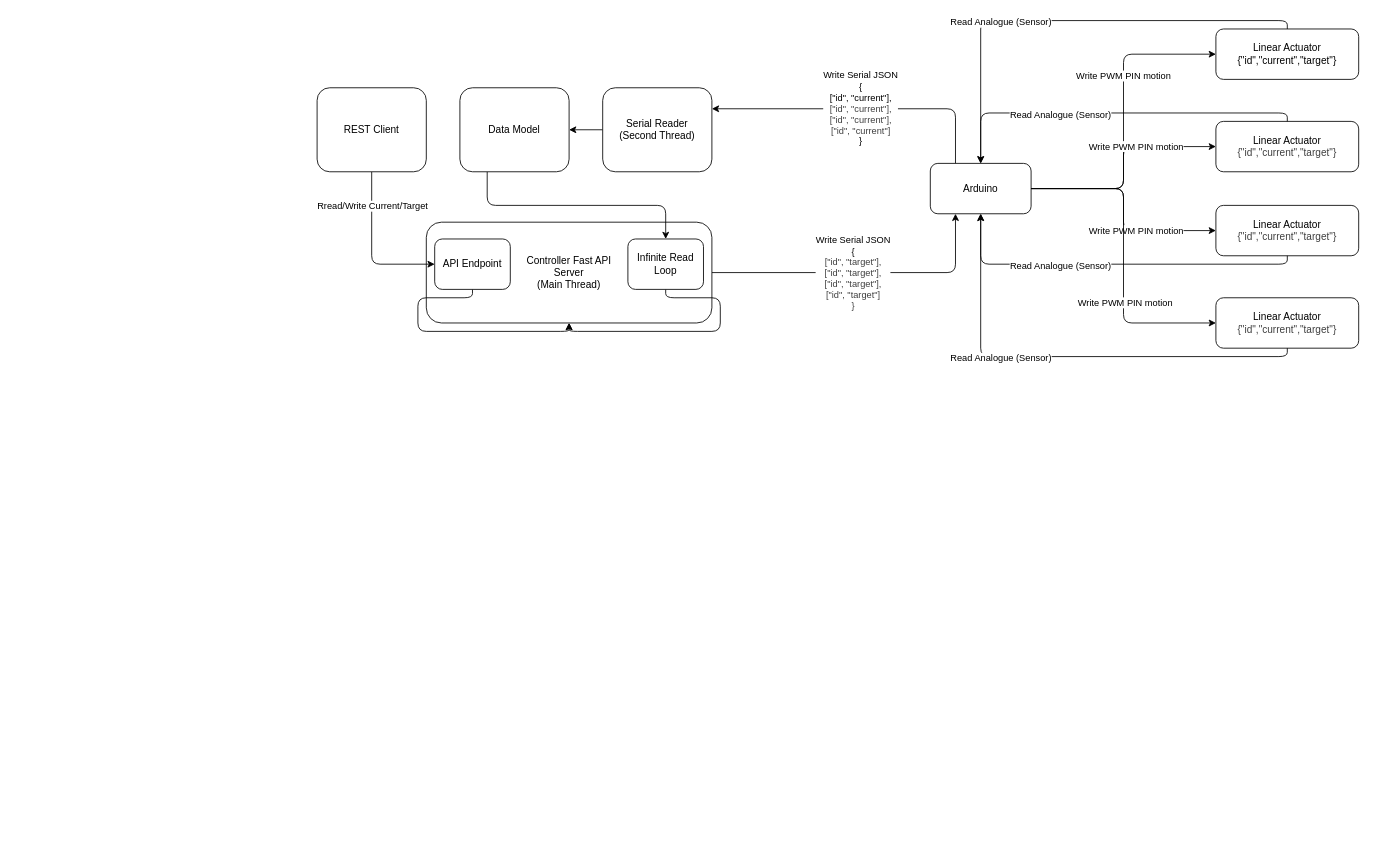
This is linear_actuator/documents/data_flow_diagram.drawio from Arastookhajehee/linear_actuator_dev, a draw.io file, before an edit. Source tidied: cells renumbered, new cells numbered last; positions are measured from the earlier drawing's top-left corner, leaving out a move shared by most shapes. Both pictures are drawn from the tidied source at 84%, with x=0, y=0 at pixel (317, 29).
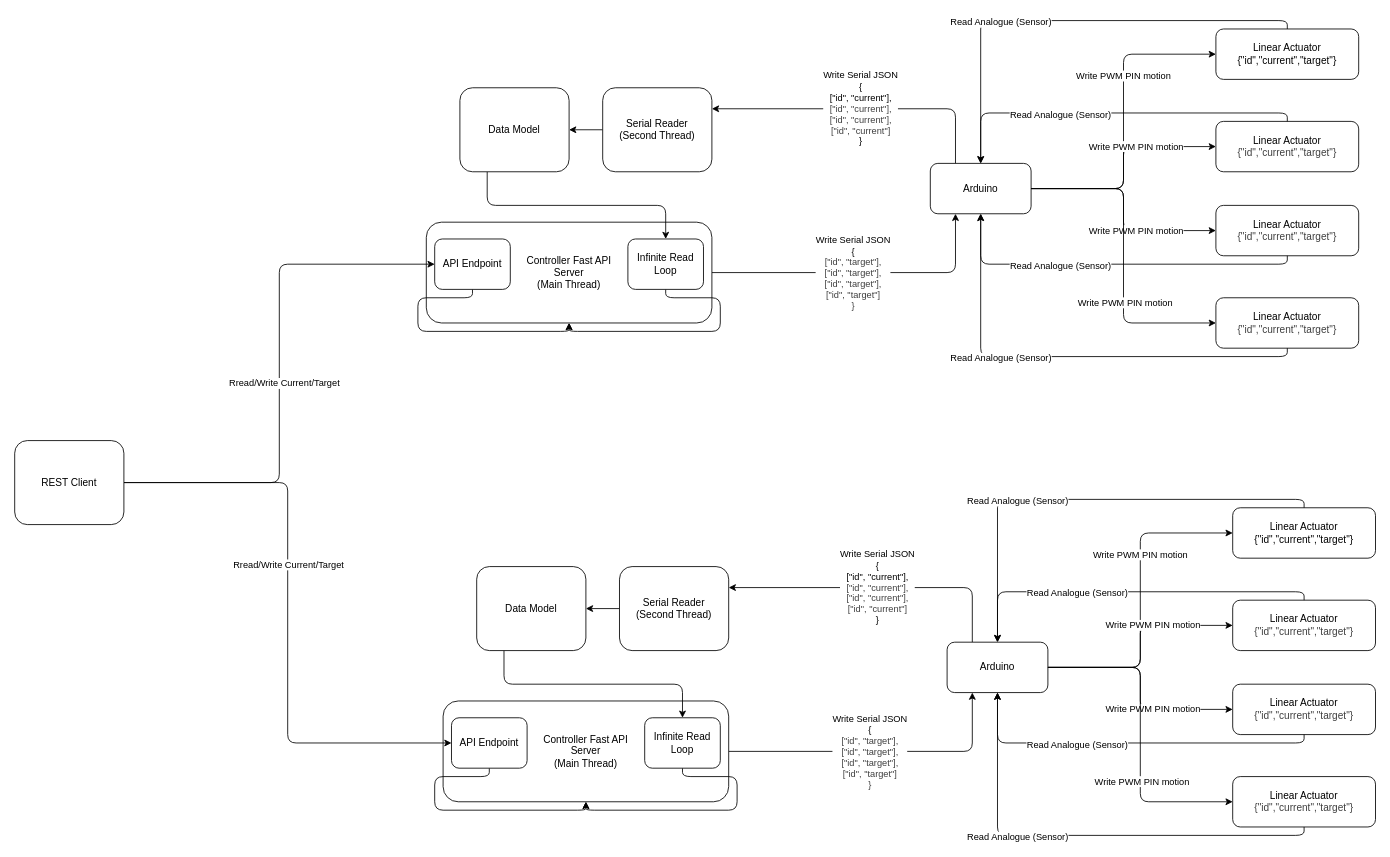
The same diagram, later.

Commit message (it also covers changes not shown here):
working arduino code and server api. - to do: fix post target problem ( does not send the arduino going anywhere)

Unchanged cells that the change refers to:
```xml
<mxCell id="36" value="API Endpoint" style="rounded=1;whiteSpace=wrap;html=1;" parent="1" vertex="1">
  <mxGeometry x="140" y="250" width="90" height="60" as="geometry" />
</mxCell>
```

The edit, as a diff of the source:
```diff
@@
-    <mxCell id="32" style="edgeStyle=orthogonalEdgeStyle;html=1;entryX=0;entryY=0.5;entryDx=0;entryDy=0;exitX=0.5;exitY=1;exitDx=0;exitDy=0;" parent="1" edge="1" source="34" target="36">
+    <mxCell id="32" style="edgeStyle=orthogonalEdgeStyle;html=1;entryX=0;entryY=0.5;entryDx=0;entryDy=0;exitX=1;exitY=0.5;exitDx=0;exitDy=0;" parent="1" edge="1" source="34" target="36">
       <mxGeometry relative="1" as="geometry" />
     </mxCell>
     <mxCell id="33" value="Rread/Write Current/Target" style="edgeLabel;html=1;align=center;verticalAlign=middle;" parent="32" vertex="1">
       <mxGeometry x="-0.02" y="-1" relative="1" as="geometry">
-        <mxPoint x="1" y="-51" as="offset" />
+        <mxPoint x="4" y="5" as="offset" />
       </mxGeometry>
     </mxCell>
-    <mxCell id="34" value="REST Client" style="rounded=1;whiteSpace=wrap;html=1;fillOpacity=100;" parent="1" vertex="1">
-      <mxGeometry y="70" width="130" height="100" as="geometry" />
-    </mxCell>
@@
+    <mxCell id="39" value="&lt;span style=&quot;color: rgb(0, 0, 0);&quot;&gt;Linear Actuator&lt;/span&gt;&lt;div style=&quot;color: rgb(63, 63, 63); scrollbar-color: rgb(226, 226, 226) rgb(251, 251, 251);&quot;&gt;{&quot;id&quot;,&quot;current&quot;,&quot;target&quot;}&lt;/div&gt;" style="rounded=1;whiteSpace=wrap;html=1;" parent="1" vertex="1">
+      <mxGeometry x="1090" y="680" width="170" height="60" as="geometry" />
+    </mxCell>
+    <mxCell id="40" style="edgeStyle=orthogonalEdgeStyle;html=1;entryX=0;entryY=0.5;entryDx=0;entryDy=0;exitX=1;exitY=0.5;exitDx=0;exitDy=0;" parent="1" edge="1" source="44" target="45">
+      <mxGeometry relative="1" as="geometry" />
+    </mxCell>
+    <mxCell id="41" value="Write PWM PIN motion" style="edgeLabel;html=1;align=center;verticalAlign=middle;" parent="40" vertex="1">
+      <mxGeometry x="0.29" y="1" relative="1" as="geometry" />
+    </mxCell>
+    <mxCell id="42" style="edgeStyle=orthogonalEdgeStyle;html=1;entryX=1;entryY=0.25;entryDx=0;entryDy=0;exitX=0.25;exitY=0;exitDx=0;exitDy=0;" parent="1" edge="1" source="44" target="66">
+      <mxGeometry relative="1" as="geometry" />
+    </mxCell>
+    <mxCell id="43" value="Write Serial JSON&lt;br&gt;{&lt;div&gt;[&quot;id&quot;, &quot;current&quot;],&lt;/div&gt;&lt;div&gt;&lt;div style=&quot;color: rgb(63, 63, 63); scrollbar-color: rgb(226, 226, 226) rgb(251, 251, 251);&quot;&gt;[&quot;id&quot;, &quot;current&quot;],&lt;/div&gt;&lt;/div&gt;&lt;div style=&quot;color: rgb(63, 63, 63); scrollbar-color: rgb(226, 226, 226) rgb(251, 251, 251);&quot;&gt;&lt;div style=&quot;color: rgb(63, 63, 63); scrollbar-color: rgb(226, 226, 226) rgb(251, 251, 251);&quot;&gt;[&quot;id&quot;, &quot;current&quot;],&lt;/div&gt;&lt;div style=&quot;color: rgb(63, 63, 63); scrollbar-color: rgb(226, 226, 226) rgb(251, 251, 251);&quot;&gt;&lt;div style=&quot;color: rgb(63, 63, 63); scrollbar-color: rgb(226, 226, 226) rgb(251, 251, 251);&quot;&gt;[&quot;id&quot;, &quot;current&quot;]&lt;/div&gt;&lt;/div&gt;&lt;/div&gt;&lt;div&gt;}&lt;/div&gt;" style="edgeLabel;html=1;align=center;verticalAlign=middle;" parent="42" vertex="1">
+      <mxGeometry x="-0.21" y="-1" relative="1" as="geometry">
+        <mxPoint x="-39" as="offset" />
+      </mxGeometry>
+    </mxCell>
+    <mxCell id="44" value="Arduino" style="rounded=1;whiteSpace=wrap;html=1;" parent="1" vertex="1">
+      <mxGeometry x="750" y="730" width="120" height="60" as="geometry" />
+    </mxCell>
+    <mxCell id="45" value="Linear Actuator&lt;div&gt;{&quot;id&quot;,&quot;current&quot;,&quot;target&quot;}&lt;/div&gt;" style="rounded=1;whiteSpace=wrap;html=1;" parent="1" vertex="1">
+      <mxGeometry x="1090" y="570" width="170" height="60" as="geometry" />
+    </mxCell>
+    <mxCell id="46" value="&lt;span style=&quot;color: rgb(0, 0, 0);&quot;&gt;Linear Actuator&lt;/span&gt;&lt;div style=&quot;color: rgb(63, 63, 63); scrollbar-color: rgb(226, 226, 226) rgb(251, 251, 251);&quot;&gt;{&quot;id&quot;,&quot;current&quot;,&quot;target&quot;}&lt;/div&gt;" style="rounded=1;whiteSpace=wrap;html=1;" parent="1" vertex="1">
+      <mxGeometry x="1090" y="890" width="170" height="60" as="geometry" />
+    </mxCell>
+    <mxCell id="47" value="&lt;span style=&quot;color: rgb(0, 0, 0);&quot;&gt;Linear Actuator&lt;/span&gt;&lt;div style=&quot;color: rgb(63, 63, 63); scrollbar-color: rgb(226, 226, 226) rgb(251, 251, 251);&quot;&gt;{&quot;id&quot;,&quot;current&quot;,&quot;target&quot;}&lt;/div&gt;" style="rounded=1;whiteSpace=wrap;html=1;" parent="1" vertex="1">
+      <mxGeometry x="1090" y="780" width="170" height="60" as="geometry" />
+    </mxCell>
+    <mxCell id="48" style="edgeStyle=orthogonalEdgeStyle;html=1;entryX=0;entryY=0.5;entryDx=0;entryDy=0;exitX=1;exitY=0.5;exitDx=0;exitDy=0;" parent="1" edge="1" source="44" target="39">
+      <mxGeometry relative="1" as="geometry" />
+    </mxCell>
+    <mxCell id="49" value="Write PWM PIN motion" style="edgeLabel;html=1;align=center;verticalAlign=middle;" parent="48" vertex="1">
+      <mxGeometry x="0.29" y="1" relative="1" as="geometry" />
+    </mxCell>
+    <mxCell id="50" style="edgeStyle=orthogonalEdgeStyle;html=1;entryX=0;entryY=0.5;entryDx=0;entryDy=0;exitX=1;exitY=0.5;exitDx=0;exitDy=0;" parent="1" edge="1" source="44" target="47">
+      <mxGeometry relative="1" as="geometry" />
+    </mxCell>
+    <mxCell id="51" value="Write PWM PIN motion" style="edgeLabel;html=1;align=center;verticalAlign=middle;" parent="50" vertex="1">
+      <mxGeometry x="0.29" y="1" relative="1" as="geometry" />
+    </mxCell>
+    <mxCell id="52" style="edgeStyle=orthogonalEdgeStyle;html=1;entryX=0;entryY=0.5;entryDx=0;entryDy=0;exitX=1;exitY=0.5;exitDx=0;exitDy=0;" parent="1" edge="1" source="44" target="46">
+      <mxGeometry relative="1" as="geometry" />
+    </mxCell>
+    <mxCell id="53" value="Write PWM PIN motion" style="edgeLabel;html=1;align=center;verticalAlign=middle;" parent="52" vertex="1">
+      <mxGeometry x="0.29" y="1" relative="1" as="geometry" />
+    </mxCell>
+    <mxCell id="54" style="edgeStyle=orthogonalEdgeStyle;html=1;entryX=0.5;entryY=0;entryDx=0;entryDy=0;exitX=0.5;exitY=0;exitDx=0;exitDy=0;" parent="1" edge="1" source="45" target="44">
+      <mxGeometry relative="1" as="geometry" />
+    </mxCell>
+    <mxCell id="55" value="Read Analogue (Sensor)" style="edgeLabel;html=1;align=center;verticalAlign=middle;" parent="54" vertex="1">
+      <mxGeometry x="0.29" y="1" relative="1" as="geometry" />
+    </mxCell>
+    <mxCell id="56" style="edgeStyle=orthogonalEdgeStyle;html=1;entryX=0.5;entryY=0;entryDx=0;entryDy=0;exitX=0.5;exitY=0;exitDx=0;exitDy=0;" parent="1" edge="1" source="39" target="44">
+      <mxGeometry relative="1" as="geometry" />
+    </mxCell>
+    <mxCell id="57" value="Read Analogue (Sensor)" style="edgeLabel;html=1;align=center;verticalAlign=middle;" parent="56" vertex="1">
+      <mxGeometry x="0.29" y="1" relative="1" as="geometry" />
+    </mxCell>
+    <mxCell id="58" style="edgeStyle=orthogonalEdgeStyle;html=1;entryX=0.5;entryY=1;entryDx=0;entryDy=0;exitX=0.5;exitY=1;exitDx=0;exitDy=0;" parent="1" edge="1" source="47" target="44">
+      <mxGeometry relative="1" as="geometry" />
+    </mxCell>
+    <mxCell id="59" value="Read Analogue (Sensor)" style="edgeLabel;html=1;align=center;verticalAlign=middle;" parent="58" vertex="1">
+      <mxGeometry x="0.29" y="1" relative="1" as="geometry" />
+    </mxCell>
+    <mxCell id="60" style="edgeStyle=orthogonalEdgeStyle;html=1;entryX=0.5;entryY=1;entryDx=0;entryDy=0;exitX=0.5;exitY=1;exitDx=0;exitDy=0;" parent="1" edge="1" source="46" target="44">
+      <mxGeometry relative="1" as="geometry" />
+    </mxCell>
+    <mxCell id="61" value="Read Analogue (Sensor)" style="edgeLabel;html=1;align=center;verticalAlign=middle;" parent="60" vertex="1">
+      <mxGeometry x="0.29" y="1" relative="1" as="geometry" />
+    </mxCell>
+    <mxCell id="62" style="edgeStyle=orthogonalEdgeStyle;html=1;entryX=0.25;entryY=1;entryDx=0;entryDy=0;exitX=1;exitY=0.5;exitDx=0;exitDy=0;" parent="1" edge="1" source="64" target="44">
+      <mxGeometry relative="1" as="geometry" />
+    </mxCell>
+    <mxCell id="63" value="&lt;span style=&quot;color: rgb(0, 0, 0);&quot;&gt;Write Serial JSON&lt;/span&gt;&lt;br style=&quot;color: rgb(63, 63, 63); scrollbar-color: rgb(226, 226, 226) rgb(251, 251, 251);&quot;&gt;&lt;span style=&quot;color: rgb(0, 0, 0);&quot;&gt;{&lt;/span&gt;&lt;div style=&quot;color: rgb(63, 63, 63); scrollbar-color: rgb(226, 226, 226) rgb(251, 251, 251);&quot;&gt;[&quot;id&quot;, &quot;target&quot;],&lt;/div&gt;&lt;div style=&quot;color: rgb(63, 63, 63); scrollbar-color: rgb(226, 226, 226) rgb(251, 251, 251);&quot;&gt;&lt;div style=&quot;scrollbar-color: rgb(226, 226, 226) rgb(251, 251, 251); color: rgb(63, 63, 63);&quot;&gt;[&quot;id&quot;, &quot;&lt;span style=&quot;color: rgb(63, 63, 63);&quot;&gt;target&lt;/span&gt;&quot;],&lt;/div&gt;&lt;/div&gt;&lt;div style=&quot;scrollbar-color: rgb(226, 226, 226) rgb(251, 251, 251); color: rgb(63, 63, 63);&quot;&gt;&lt;div style=&quot;scrollbar-color: rgb(226, 226, 226) rgb(251, 251, 251); color: rgb(63, 63, 63);&quot;&gt;[&quot;id&quot;, &quot;&lt;span style=&quot;color: rgb(63, 63, 63);&quot;&gt;target&lt;/span&gt;&quot;],&lt;/div&gt;&lt;div style=&quot;scrollbar-color: rgb(226, 226, 226) rgb(251, 251, 251); color: rgb(63, 63, 63);&quot;&gt;&lt;div style=&quot;scrollbar-color: rgb(226, 226, 226) rgb(251, 251, 251); color: rgb(63, 63, 63);&quot;&gt;[&quot;id&quot;, &quot;&lt;span style=&quot;color: rgb(63, 63, 63);&quot;&gt;target&lt;/span&gt;&quot;]&lt;/div&gt;&lt;/div&gt;&lt;/div&gt;&lt;div style=&quot;color: rgb(63, 63, 63); scrollbar-color: rgb(226, 226, 226) rgb(251, 251, 251);&quot;&gt;}&lt;/div&gt;" style="edgeLabel;html=1;align=center;verticalAlign=middle;" parent="62" vertex="1">
+      <mxGeometry x="-0.22" relative="1" as="geometry">
+        <mxPoint x="27" as="offset" />
+      </mxGeometry>
+    </mxCell>
+    <mxCell id="64" value="&lt;span style=&quot;color: rgb(0, 0, 0);&quot;&gt;Controller Fast API&lt;/span&gt;&lt;div&gt;&lt;font color=&quot;#000000&quot;&gt;Server&lt;br&gt;&lt;/font&gt;&lt;div&gt;&lt;span style=&quot;color: rgb(0, 0, 0);&quot;&gt;(Main Thread)&lt;/span&gt;&lt;/div&gt;&lt;/div&gt;" style="rounded=1;whiteSpace=wrap;html=1;fillOpacity=100;" parent="1" vertex="1">
+      <mxGeometry x="150" y="800" width="340" height="120" as="geometry" />
+    </mxCell>
+    <mxCell id="65" style="edgeStyle=none;html=1;entryX=1;entryY=0.5;entryDx=0;entryDy=0;" parent="1" edge="1" source="66" target="68">
+      <mxGeometry relative="1" as="geometry" />
+    </mxCell>
+    <mxCell id="66" value="Serial Reader&lt;div&gt;(Second Thread)&lt;/div&gt;" style="rounded=1;whiteSpace=wrap;html=1;fillOpacity=100;" parent="1" vertex="1">
+      <mxGeometry x="360" y="640" width="130" height="100" as="geometry" />
+    </mxCell>
+    <mxCell id="67" style="edgeStyle=orthogonalEdgeStyle;html=1;entryX=0.5;entryY=0;entryDx=0;entryDy=0;exitX=0.25;exitY=1;exitDx=0;exitDy=0;" parent="1" edge="1" source="68" target="74">
+      <mxGeometry relative="1" as="geometry" />
+    </mxCell>
+    <mxCell id="68" value="Data Model" style="rounded=1;whiteSpace=wrap;html=1;fillOpacity=100;" parent="1" vertex="1">
+      <mxGeometry x="190" y="640" width="130" height="100" as="geometry" />
+    </mxCell>
+    <mxCell id="69" style="edgeStyle=orthogonalEdgeStyle;html=1;entryX=0;entryY=0.5;entryDx=0;entryDy=0;exitX=1;exitY=0.5;exitDx=0;exitDy=0;" parent="1" edge="1" source="34" target="72">
+      <mxGeometry relative="1" as="geometry" />
+    </mxCell>
+    <mxCell id="70" value="Rread/Write Current/Target" style="edgeLabel;html=1;align=center;verticalAlign=middle;" parent="69" vertex="1">
+      <mxGeometry x="-0.02" y="-1" relative="1" as="geometry">
+        <mxPoint x="1" y="-51" as="offset" />
+      </mxGeometry>
+    </mxCell>
+    <mxCell id="34" value="REST Client" style="rounded=1;whiteSpace=wrap;html=1;fillOpacity=100;" parent="1" vertex="1">
+      <mxGeometry x="-360" y="490" width="130" height="100" as="geometry" />
+    </mxCell>
+    <mxCell id="71" style="edgeStyle=orthogonalEdgeStyle;html=1;entryX=0.5;entryY=1;entryDx=0;entryDy=0;" parent="1" edge="1" source="72" target="64">
+      <mxGeometry relative="1" as="geometry" />
+    </mxCell>
+    <mxCell id="72" value="API Endpoint" style="rounded=1;whiteSpace=wrap;html=1;" parent="1" vertex="1">
+      <mxGeometry x="160" y="820" width="90" height="60" as="geometry" />
+    </mxCell>
+    <mxCell id="73" style="edgeStyle=orthogonalEdgeStyle;html=1;entryX=0.5;entryY=1;entryDx=0;entryDy=0;" parent="1" edge="1" source="74" target="64">
+      <mxGeometry relative="1" as="geometry" />
+    </mxCell>
+    <mxCell id="74" value="Infinite Read Loop" style="rounded=1;whiteSpace=wrap;html=1;" parent="1" vertex="1">
+      <mxGeometry x="390" y="820" width="90" height="60" as="geometry" />
+    </mxCell>
```
